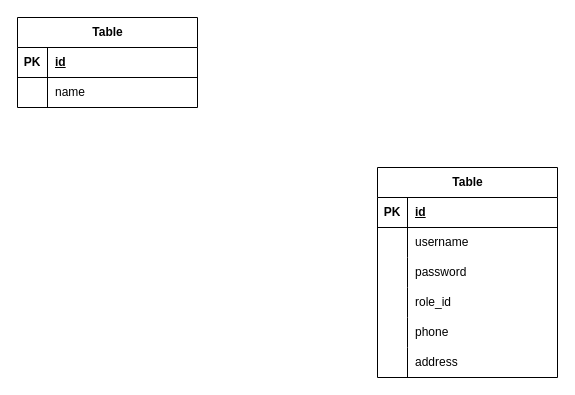
Above: Peminjaman Buku.drawio in AnnisahF/peminjamanbuku (draw.io), before the change. Source tidied: cells renumbered, new cells numbered last; positions are measured from the earlier drawing's top-left corner, leaving out a move shared by most shapes. Both pictures are drawn from the tidied source at 100%, with x=0, y=0 at pixel (17, 17).
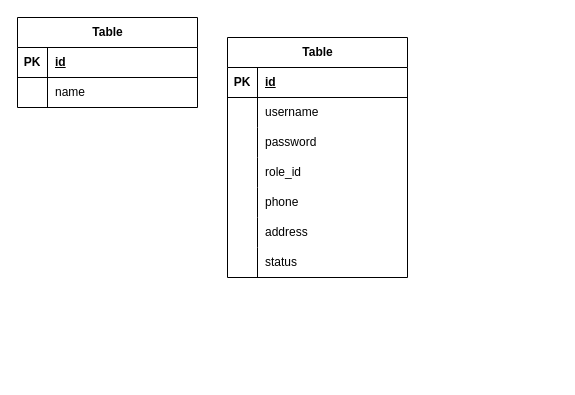
The same diagram, later.

The edit, as a diff of the source:
```diff
@@
     <mxCell id="9" value="Table" style="shape=table;startSize=30;childLayout=tableLayout;rowLines=0;fontStyle=1;align=center;html=1;" parent="1" vertex="1">
-      <mxGeometry x="360" y="150" width="180" height="210" as="geometry" />
+      <mxGeometry x="210" y="20" width="180" height="240" as="geometry" />
     </mxCell>
@@
+    <mxCell id="28" style="shape=tableRow;horizontal=0;startSize=0;swimlaneHead=0;swimlaneBody=0;fillColor=none;top=0;left=0;right=0;bottom=0;" parent="9" vertex="1">
+      <mxGeometry y="210" width="180" height="30" as="geometry" />
+    </mxCell>
+    <mxCell id="29" style="shape=partialRectangle;fillColor=none;top=0;left=0;bottom=0;right=0;overflow=hidden;whiteSpace=wrap;html=1;" parent="28" vertex="1">
+      <mxGeometry width="30" height="30" as="geometry" />
+    </mxCell>
+    <mxCell id="30" value="status" style="shape=partialRectangle;fillColor=none;top=0;left=0;bottom=0;right=0;align=left;spacingLeft=6;overflow=hidden;whiteSpace=wrap;html=1;" parent="28" vertex="1">
+      <mxGeometry x="30" width="150" height="30" as="geometry" />
+    </mxCell>
```
